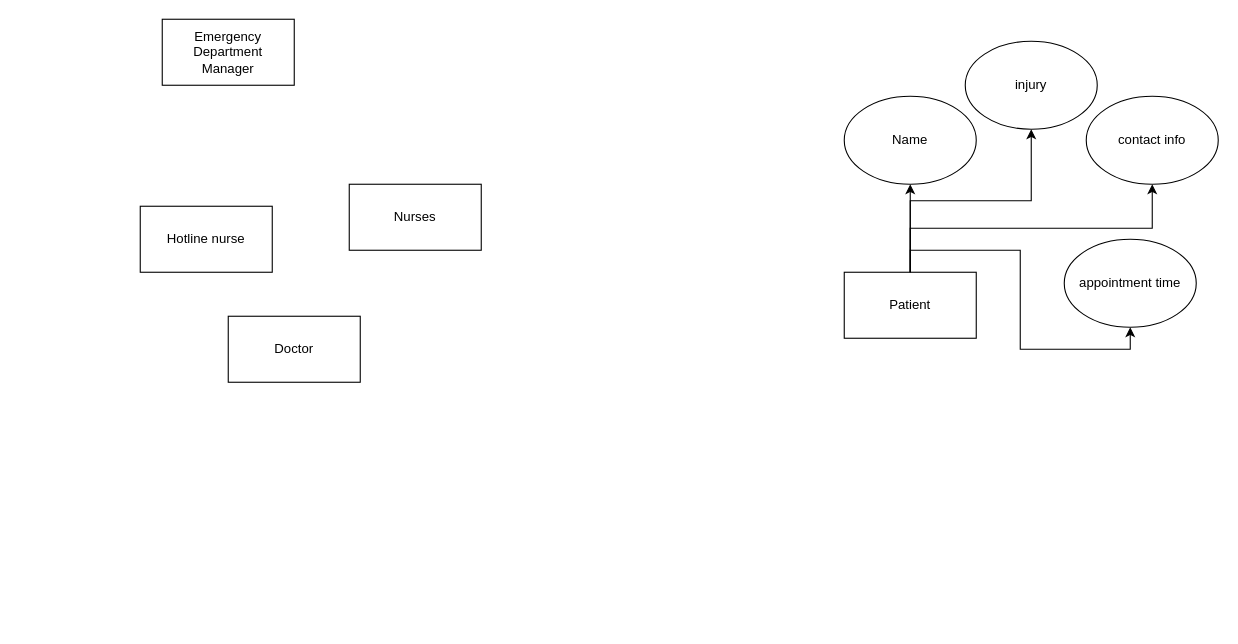
Earlier version of the draw.io diagram EliorWork/ERD.drawio (SENG-350-2024-fall/Team9). Source tidied: cells renumbered, new cells numbered last; positions are measured from the earlier drawing's top-left corner, leaving out a move shared by most shapes. Both pictures are drawn from the tidied source at 110%, with x=0, y=0 at pixel (140, 19).
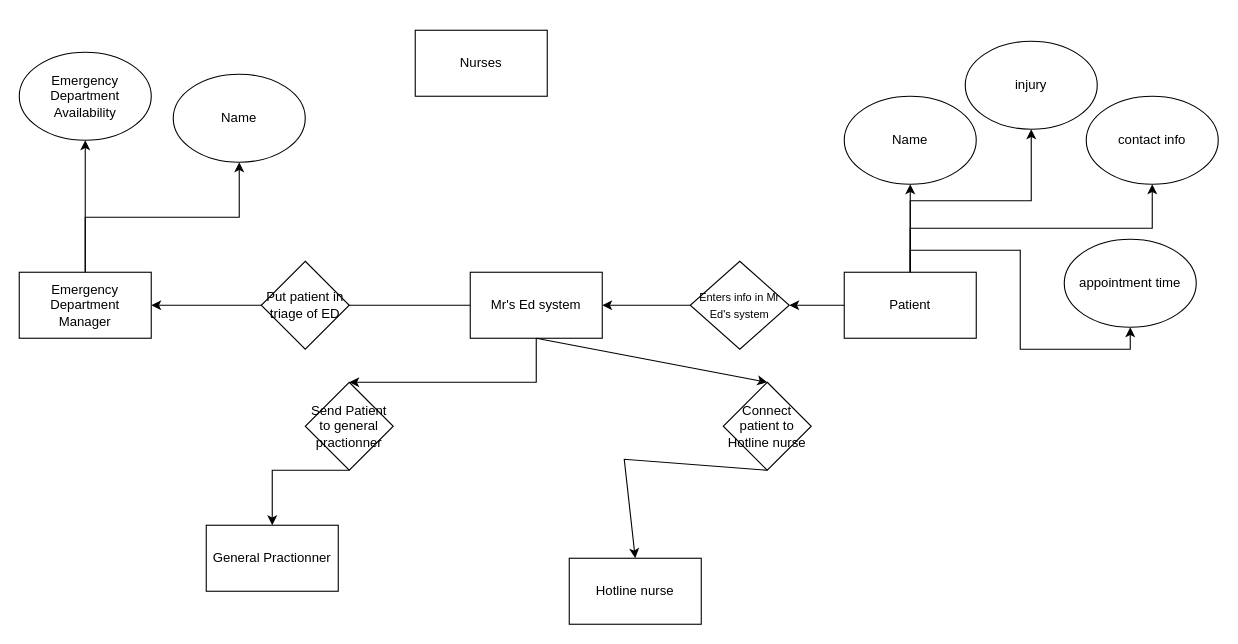
After the change.

Unchanged cells that the change refers to:
```xml
<mxCell id="6" value="Patient" style="rounded=0;whiteSpace=wrap;html=1;" parent="1" vertex="1">
  <mxGeometry x="640" y="230" width="120" height="60" as="geometry" />
</mxCell>
```

What changed in the source:
```diff
@@
     <mxCell id="2" value="Nurses" style="rounded=0;whiteSpace=wrap;html=1;" parent="1" vertex="1">
-      <mxGeometry x="190" y="150" width="120" height="60" as="geometry" />
+      <mxGeometry x="250" y="10" width="120" height="60" as="geometry" />
     </mxCell>
-    <mxCell id="3" value="Emergency Department&lt;div&gt;Manager&lt;/div&gt;" style="rounded=0;whiteSpace=wrap;html=1;" parent="1" vertex="1">
-      <mxGeometry x="20" width="120" height="60" as="geometry" />
-    </mxCell>
     <mxCell id="4" value="Hotline nurse" style="rounded=0;whiteSpace=wrap;html=1;" parent="1" vertex="1">
-      <mxGeometry y="170" width="120" height="60" as="geometry" />
+      <mxGeometry x="390" y="490" width="120" height="60" as="geometry" />
     </mxCell>
@@
+    <mxCell id="15" style="edgeStyle=orthogonalEdgeStyle;rounded=0;jettySize=auto;html=1;" parent="1" edge="1" source="6" target="16">
+      <mxGeometry relative="1" as="geometry" />
+    </mxCell>
@@
-    <mxCell id="7" value="Doctor" style="rounded=0;whiteSpace=wrap;html=1;" parent="1" vertex="1">
-      <mxGeometry x="80" y="270" width="120" height="60" as="geometry" />
+    <mxCell id="7" value="General Practionner" style="rounded=0;whiteSpace=wrap;html=1;" parent="1" vertex="1">
+      <mxGeometry x="60" y="460" width="120" height="60" as="geometry" />
     </mxCell>
@@
+    <mxCell id="16" value="&lt;font style=&quot;font-size: 10px;&quot;&gt;Enters info in Mr Ed's system&lt;/font&gt;" style="rhombus;whiteSpace=wrap;html=1;rounded=0;" parent="1" vertex="1">
+      <mxGeometry x="500" y="220" width="90" height="80" as="geometry" />
+    </mxCell>
+    <mxCell id="3" value="Emergency Department&lt;div&gt;Manager&lt;/div&gt;" style="whiteSpace=wrap;html=1;rounded=0;" parent="1" vertex="1">
+      <mxGeometry x="-110" y="230" width="120" height="60" as="geometry" />
+    </mxCell>
+    <mxCell id="17" value="Name" style="ellipse;whiteSpace=wrap;html=1;" parent="1" vertex="1">
+      <mxGeometry x="30" y="50" width="120" height="80" as="geometry" />
+    </mxCell>
+    <mxCell id="18" style="edgeStyle=orthogonalEdgeStyle;rounded=0;jettySize=auto;html=1;entryX=0.5;entryY=1;entryDx=0;entryDy=0;exitX=0.5;exitY=0;exitDx=0;exitDy=0;" parent="1" edge="1" source="3" target="17">
+      <mxGeometry relative="1" as="geometry" />
+    </mxCell>
+    <mxCell id="19" value="Emergency Department Availability" style="ellipse;whiteSpace=wrap;html=1;" parent="1" vertex="1">
+      <mxGeometry x="-110" y="30" width="120" height="80" as="geometry" />
+    </mxCell>
+    <mxCell id="20" style="edgeStyle=orthogonalEdgeStyle;rounded=0;jettySize=auto;html=1;entryX=0.5;entryY=1;entryDx=0;entryDy=0;exitX=0.5;exitY=0;exitDx=0;exitDy=0;" parent="1" edge="1" source="3" target="19">
+      <mxGeometry relative="1" as="geometry" />
+    </mxCell>
+    <mxCell id="21" style="edgeStyle=orthogonalEdgeStyle;rounded=0;jettySize=auto;html=1;" parent="1" edge="1" source="16" target="23">
+      <mxGeometry relative="1" as="geometry" />
+    </mxCell>
+    <mxCell id="22" style="edgeStyle=orthogonalEdgeStyle;rounded=0;jettySize=auto;html=1;" parent="1" edge="1" source="23" target="3">
+      <mxGeometry relative="1" as="geometry" />
+    </mxCell>
+    <mxCell id="23" value="Mr's Ed system" style="whiteSpace=wrap;html=1;rounded=0;" parent="1" vertex="1">
+      <mxGeometry x="300" y="230" width="120" height="60" as="geometry" />
+    </mxCell>
+    <mxCell id="24" value="Put patient in triage of ED" style="rhombus;whiteSpace=wrap;html=1;" parent="1" vertex="1">
+      <mxGeometry x="110" y="220" width="80" height="80" as="geometry" />
+    </mxCell>
+    <mxCell id="25" style="endArrow=classic;html=1;rounded=0;exitX=0.5;exitY=1;exitDx=0;exitDy=0;entryX=0.5;entryY=0;entryDx=0;entryDy=0;" parent="1" edge="1" source="27" target="7">
+      <mxGeometry relative="1" as="geometry">
+        <Array as="points">
+          <mxPoint x="120" y="410" />
+        </Array>
+      </mxGeometry>
+    </mxCell>
+    <mxCell id="26" style="endArrow=classic;html=1;rounded=0;exitX=0.5;exitY=1;exitDx=0;exitDy=0;entryX=0.5;entryY=0;entryDx=0;entryDy=0;" parent="1" edge="1" source="23" target="27">
+      <mxGeometry relative="1" as="geometry">
+        <Array as="points">
+          <mxPoint x="360" y="330" />
+        </Array>
+      </mxGeometry>
+    </mxCell>
+    <mxCell id="27" value="Send Patient to general practionner" style="rhombus;whiteSpace=wrap;html=1;" parent="1" vertex="1">
+      <mxGeometry x="150" y="330" width="80" height="80" as="geometry" />
+    </mxCell>
+    <mxCell id="28" style="endArrow=classic;html=1;rounded=0;exitX=0.5;exitY=1;exitDx=0;exitDy=0;entryX=0.5;entryY=0;entryDx=0;entryDy=0;" parent="1" edge="1" source="30" target="4">
+      <mxGeometry relative="1" as="geometry">
+        <Array as="points">
+          <mxPoint x="440" y="400" />
+        </Array>
+      </mxGeometry>
+    </mxCell>
+    <mxCell id="29" style="endArrow=classic;html=1;rounded=0;exitX=0.5;exitY=1;exitDx=0;exitDy=0;entryX=0.5;entryY=0;entryDx=0;entryDy=0;" parent="1" edge="1" source="23" target="30">
+      <mxGeometry relative="1" as="geometry" />
+    </mxCell>
+    <mxCell id="30" value="Connect patient to Hotline nurse" style="rhombus;whiteSpace=wrap;html=1;" parent="1" vertex="1">
+      <mxGeometry x="530" y="330" width="80" height="80" as="geometry" />
+    </mxCell>
```
